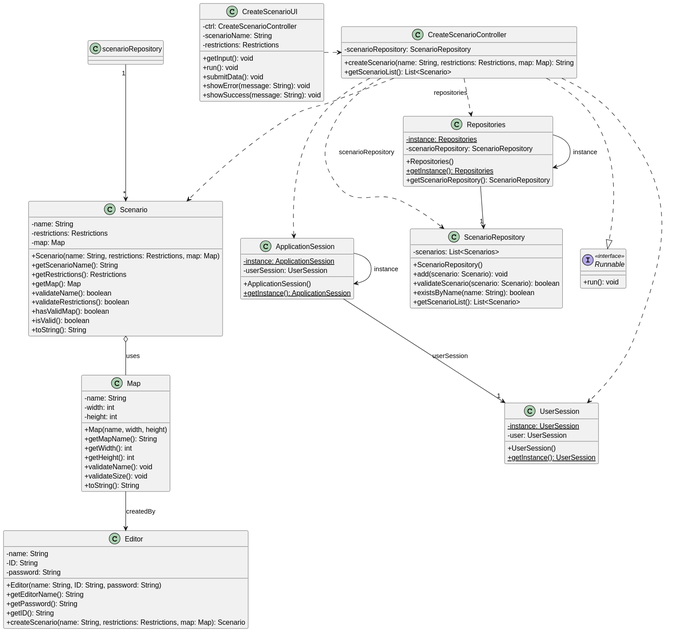
Above: docs/sprint2/us004/03.design/svg/us004-class-diagram.svg in ivasduarte/all-aboard (PlantUML), before the change.
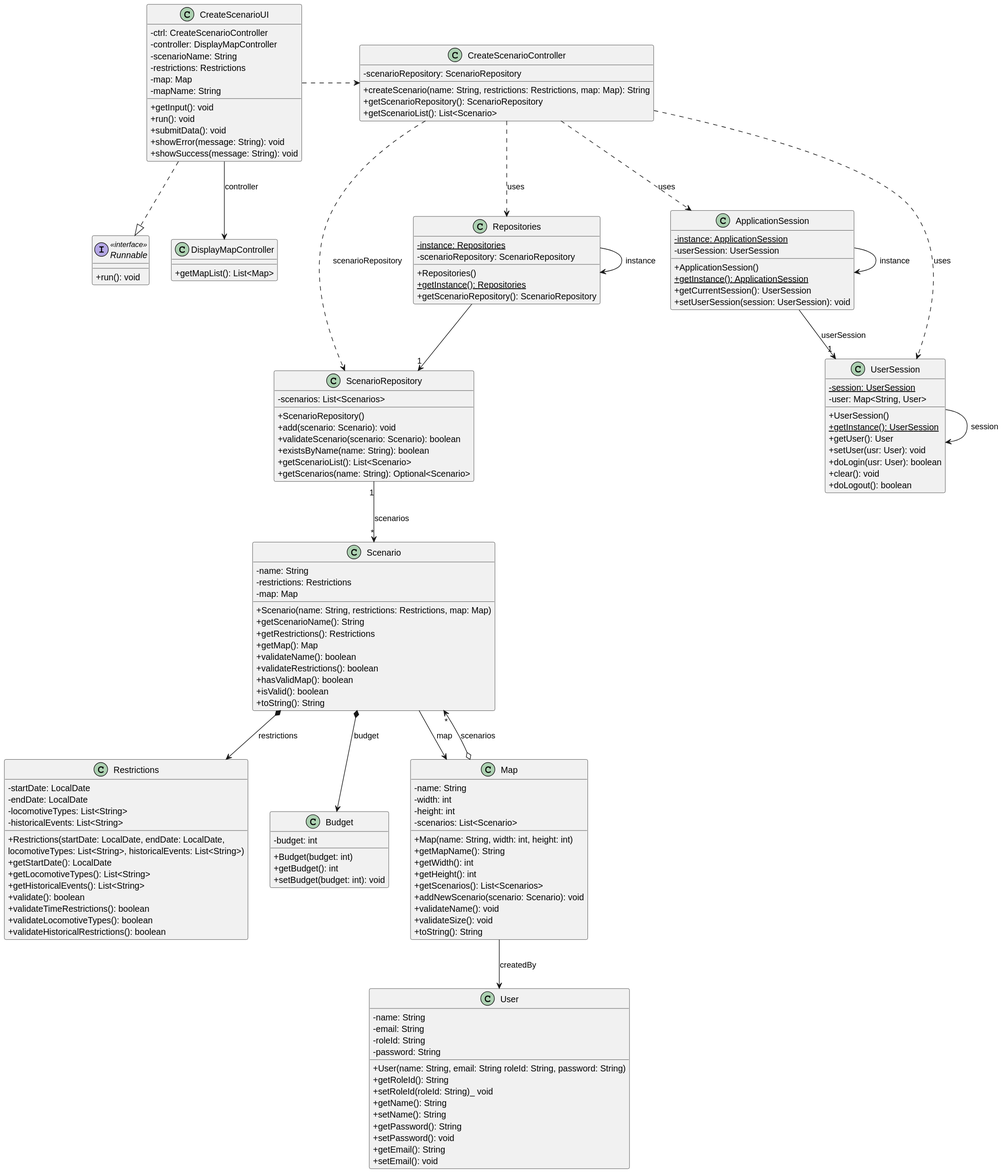
Above is the later version.

What changed in the source:
```diff
@@ -16,14 +16,39 @@
     +toString(): String
 }
 
+class Restrictions{
+    -startDate: LocalDate
+    -endDate: LocalDate
+    -locomotiveTypes: List<String>
+    -historicalEvents: List<String>
+    +Restrictions(startDate: LocalDate, endDate: LocalDate,\nlocomotiveTypes: List<String>, historicalEvents: List<String>)
+    +getStartDate(): LocalDate
+    +getLocomotiveTypes(): List<String>
+    +getHistoricalEvents(): List<String>
+    +validate(): boolean
+    +validateTimeRestrictions(): boolean
+    +validateLocomotiveTypes(): boolean
+    +validateHistoricalRestrictions(): boolean
+}
+
+class Budget {
+    -budget: int
+    +Budget(budget: int)
+    +getBudget(): int
+    +setBudget(budget: int): void
+}
+
 interface Runnable <<interface>>{
     +run(): void
 }
 
 class CreateScenarioUI {
     -ctrl: CreateScenarioController
+    -controller: DisplayMapController
     -scenarioName: String
     -restrictions: Restrictions
+    -map: Map
+    -mapName: String
     +getInput(): void
     +run(): void
     +submitData(): void
@@ -34,6 +59,7 @@
 class CreateScenarioController {
     -scenarioRepository: ScenarioRepository
     +createScenario(name: String, restrictions: Restrictions, map: Map): String
+    +getScenarioRepository(): ScenarioRepository
     +getScenarioList(): List<Scenario>
 }
 
@@ -44,17 +70,23 @@
     +validateScenario(scenario: Scenario): boolean
     +existsByName(name: String): boolean
     +getScenarioList(): List<Scenario>
+    +getScenarios(name: String): Optional<Scenario>
 }
 
-class Editor {
+class User {
     -name: String
-    -ID: String
+    -email: String
+    -roleId: String
     -password: String
-    +Editor(name: String, ID: String, password: String)
-    +getEditorName(): String
+    +User(name: String, email: String roleId: String, password: String)
+    +getRoleId(): String
+    +setRoleId(roleId: String)_ void
+    +getName(): String
+    +setName(): String
     +getPassword(): String
-    +getID(): String
-    +createScenario(name: String, restrictions: Restrictions, map: Map): Scenario
+    +setPassword(): void
+    +getEmail(): String
+    +setEmail(): void
 }
 
 
@@ -62,10 +94,13 @@
     -name: String
     -width: int
     -height: int
-    +Map(name, width, height)
+    -scenarios: List<Scenario>
+    +Map(name: String, width: int, height: int)
     +getMapName(): String
     +getWidth(): int
     +getHeight(): int
+    +getScenarios(): List<Scenarios>
+    +addNewScenario(scenario: Scenario): void
     +validateName(): void
     +validateSize(): void
     +toString(): String
@@ -84,34 +119,47 @@
     -userSession: UserSession
     +ApplicationSession()
     +getInstance(): ApplicationSession{static}
+    +getCurrentSession(): UserSession
+    +setUserSession(session: UserSession): void
 }
 
 class UserSession {
-    -instance: UserSession{static}
-    -user: UserSession
+    -session: UserSession{static}
+    -user: Map<String, User>
     +UserSession()
     +getInstance(): UserSession{static}
+    +getUser(): User
+    +setUser(usr: User): void
+    +doLogin(usr: User): boolean
+    +clear(): void
+    +doLogout(): boolean
 }
 
+class DisplayMapController {
+    +getMapList(): List<Map>
+}
 
-Repositories -> Repositories : instance
-ApplicationSession -> ApplicationSession : instance
+Repositories --> Repositories : instance
+ApplicationSession --> ApplicationSession : instance
+UserSession --> UserSession : session
 
-CreateScenarioController ..|> Runnable
+CreateScenarioUI ..|> Runnable
+
 CreateScenarioUI .> CreateScenarioController
-CreateScenarioController .> Repositories : repositories
+CreateScenarioUI --> DisplayMapController : controller
 
-Repositories -> "1" ScenarioRepository
-CreateScenarioController ..> Scenario
 CreateScenarioController ..> ScenarioRepository : scenarioRepository
+Repositories --> "1" ScenarioRepository
 
 ApplicationSession --> "1" UserSession : userSession
+CreateScenarioController ..> Repositories : uses
+CreateScenarioController ..> ApplicationSession : uses
+CreateScenarioController ..> UserSession : uses
 
-CreateScenarioController ..> ApplicationSession
-CreateScenarioController ..> UserSession
-
-scenarioRepository "1" --> "*" Scenario
-Scenario o-- Map : uses
-
-Map --> Editor : createdBy
+Scenario *--> Restrictions : restrictions
+Scenario *--> Budget : budget
+Scenario --> Map : map
+Map o--> "*" Scenario : scenarios
+ScenarioRepository "1" --> "*" Scenario : scenarios
+Map --> User : createdBy
 @enduml
```
